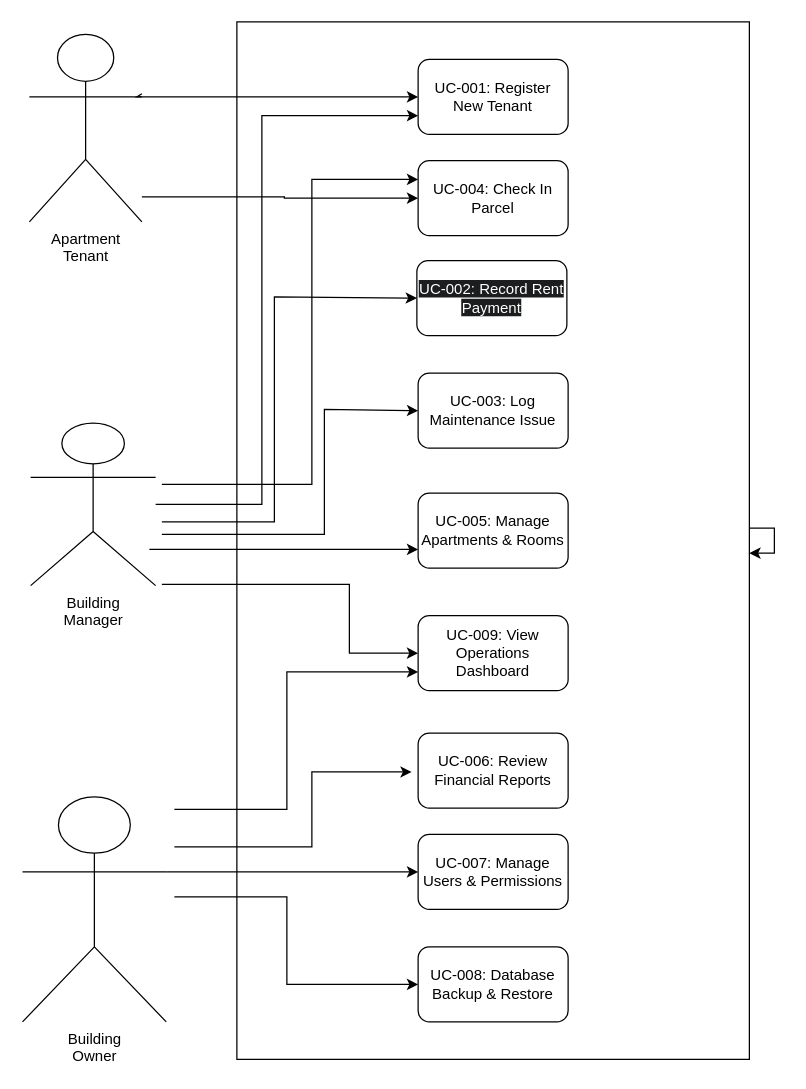
Earlier version of the draw.io diagram documentation/SWE/UseCaseDiagram/UseCaseDiagram.drawio (Medo-SM/ApartmentManagementSystem). Source tidied: cells renumbered, new cells numbered last; positions are measured from the earlier drawing's top-left corner, leaving out a move shared by most shapes. Both pictures are drawn from the tidied source at 125%, with x=0, y=0 at pixel (21, 21).
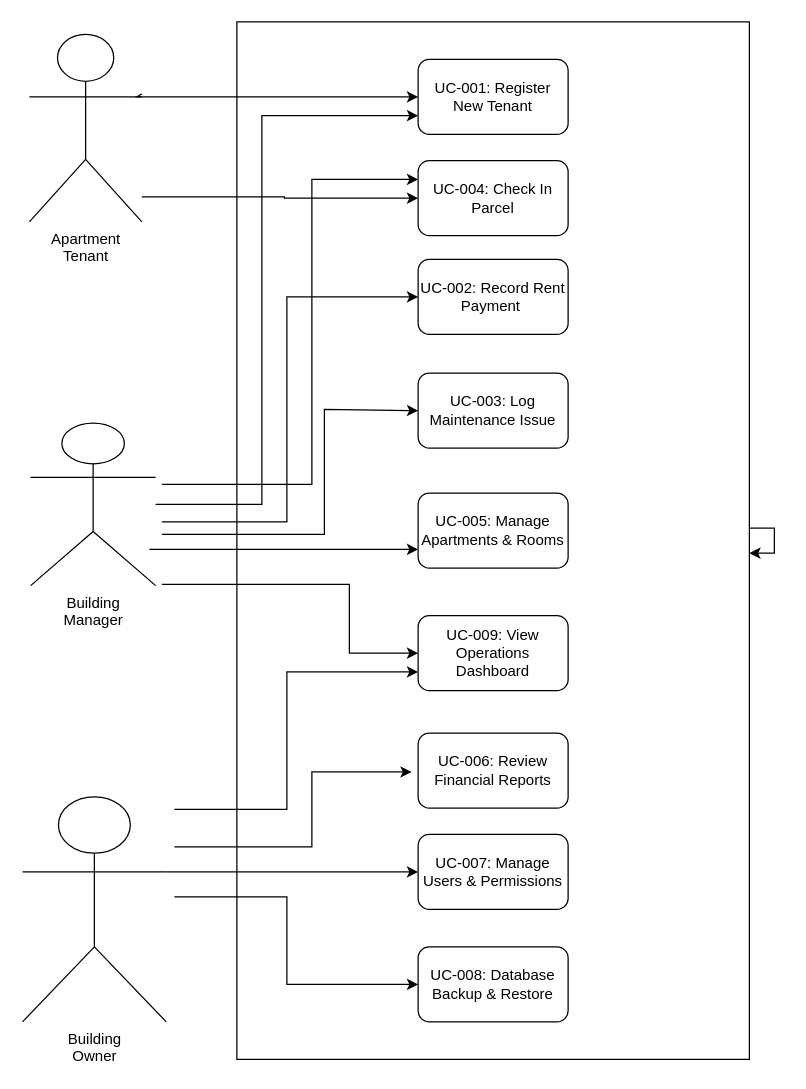
The same diagram, later.

The edit, as a diff of the source:
```diff
@@
-    <mxCell id="6" value="&lt;span style=&quot;color: rgb(255, 255, 255); font-family: Helvetica; font-size: 12px; font-style: normal; font-variant-ligatures: normal; font-variant-caps: normal; font-weight: 400; letter-spacing: normal; orphans: 2; text-align: center; text-indent: 0px; text-transform: none; widows: 2; word-spacing: 0px; -webkit-text-stroke-width: 0px; white-space: normal; background-color: rgb(27, 29, 30); text-decoration-thickness: initial; text-decoration-style: initial; text-decoration-color: initial; display: inline !important; float: none;&quot;&gt;UC-002: Record Rent Payment&lt;/span&gt;" style="rounded=1;whiteSpace=wrap;html=1;" parent="1" vertex="1">
-      <mxGeometry x="316" y="191" width="120" height="60" as="geometry" />
-    </mxCell>
@@
-    <mxCell id="20" style="endArrow=classic;html=1;rounded=0;entryX=0;entryY=0.5;entryDx=0;entryDy=0;" parent="1" edge="1" target="6">
-      <mxGeometry relative="1" as="geometry">
-        <mxPoint x="112" y="400" as="sourcePoint" />
-        <Array as="points">
-          <mxPoint x="162" y="400" />
-          <mxPoint x="202" y="400" />
-          <mxPoint x="202" y="220" />
-        </Array>
-      </mxGeometry>
-    </mxCell>
@@
+    <mxCell id="6" value="UC-002: Record Rent Payment&amp;nbsp;" style="rounded=1;whiteSpace=wrap;html=1;" parent="1" vertex="1">
+      <mxGeometry x="317" y="190" width="120" height="60" as="geometry" />
+    </mxCell>
+    <mxCell id="28" style="endArrow=classic;html=1;rounded=0;entryX=0;entryY=0.5;entryDx=0;entryDy=0;" parent="1" edge="1" target="6">
+      <mxGeometry relative="1" as="geometry">
+        <mxPoint x="112" y="400" as="sourcePoint" />
+        <Array as="points">
+          <mxPoint x="212" y="400" />
+          <mxPoint x="212" y="220" />
+        </Array>
+      </mxGeometry>
+    </mxCell>
```
